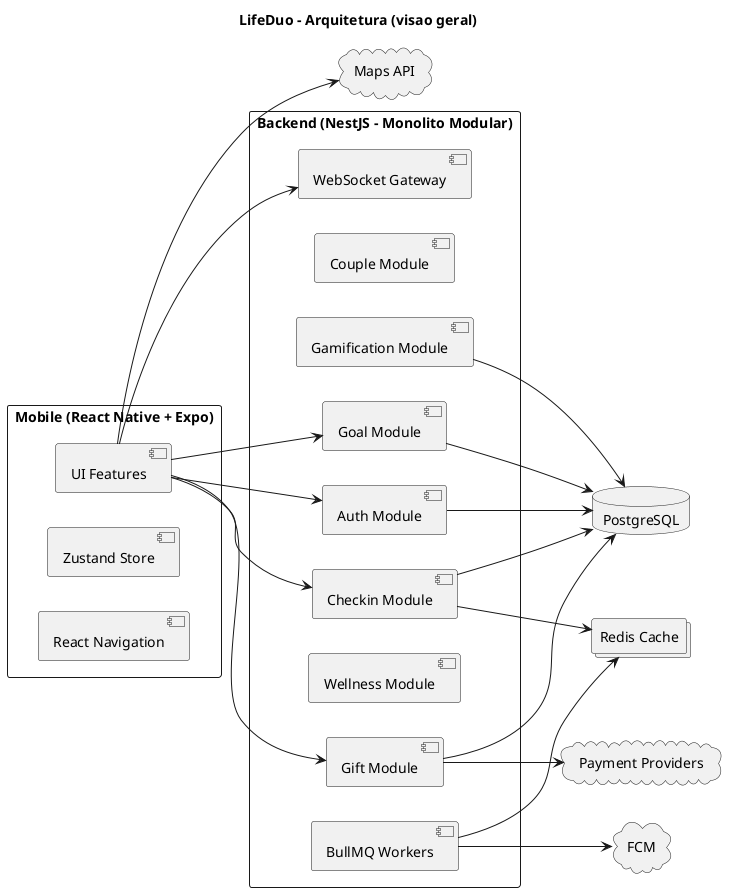
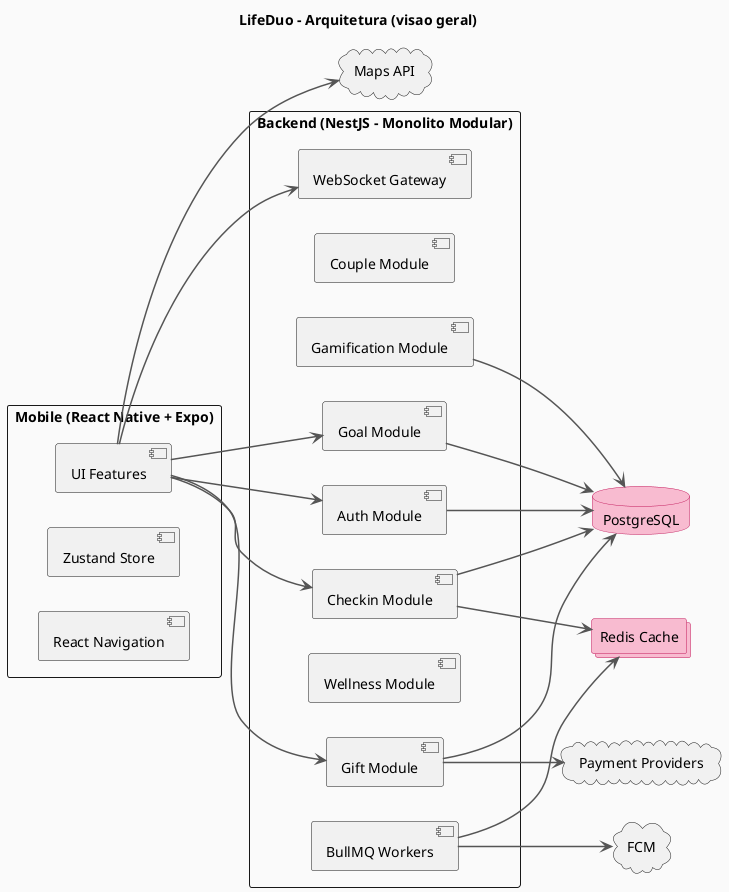
@startuml
+ left to right direction
+ skinparam backgroundColor #FAFAFA
+ skinparam shadowing false
+ skinparam sequenceArrowThickness 1.5
+ skinparam sequenceParticipantBorderColor #C2185B
+ skinparam sequenceParticipantBackgroundColor #F8BBD0
+ skinparam sequenceActorBorderColor #C2185B
+ skinparam sequenceActorBackgroundColor #F48FB1
+ skinparam sequenceLifeLineBorderColor #AD1457
+ skinparam sequenceArrowColor #880E4F
+ skinparam ArrowColor #880E4F
+ skinparam noteBorderColor #AD1457
+ skinparam noteBackgroundColor #FCE4EC
+ skinparam noteFontColor #880E4F
+ skinparam sequenceMessageFontColor #880E4F
+ skinparam databaseBorderColor #C2185B
+ skinparam databaseBackgroundColor #F8BBD0
+ skinparam collectionsBackgroundColor #F8BBD0
+ skinparam collectionsBorderColor #C2185B
+ 
+ left to right direction
+ skinparam backgroundColor #FAFAFA
+ skinparam shadowing false
+ skinparam usecase {
+   BackgroundColor #FFF0F5
+   BorderColor #E07AA0
+   FontSize 12
+ }
+ skinparam actor {
+   BackgroundColor #FCE4EC
+   BorderColor #E07AA0
+ }
+ skinparam ArrowColor #555555
+ 
title LifeDuo - Arquitetura (visao geral)
skinparam packageStyle rectangle
left to right direction

package "Mobile (React Native + Expo)" {
  [UI Features]
  [Zustand Store]
  [React Navigation]
}

package "Backend (NestJS - Monolito Modular)" {
  [Auth Module]
  [Couple Module]
  [Checkin Module]
  [Goal Module]
  [Gift Module]
  [Gamification Module]
  [Wellness Module]
  [WebSocket Gateway]
  [BullMQ Workers]
}

database "PostgreSQL" as DB
collections "Redis Cache" as Redis
cloud "FCM" as FCM
cloud "Payment Providers" as Pay
cloud "Maps API" as Maps

[UI Features] --> [Auth Module]
[UI Features] --> [Checkin Module]
[UI Features] --> [Goal Module]
[UI Features] --> [Gift Module]
[UI Features] --> [WebSocket Gateway]

[Auth Module] --> DB
[Checkin Module] --> DB
[Goal Module] --> DB
[Gift Module] --> DB
[Gamification Module] --> DB
[BullMQ Workers] --> Redis
[Checkin Module] --> Redis
[Gift Module] --> Pay
[BullMQ Workers] --> FCM
[UI Features] --> Maps
@enduml

